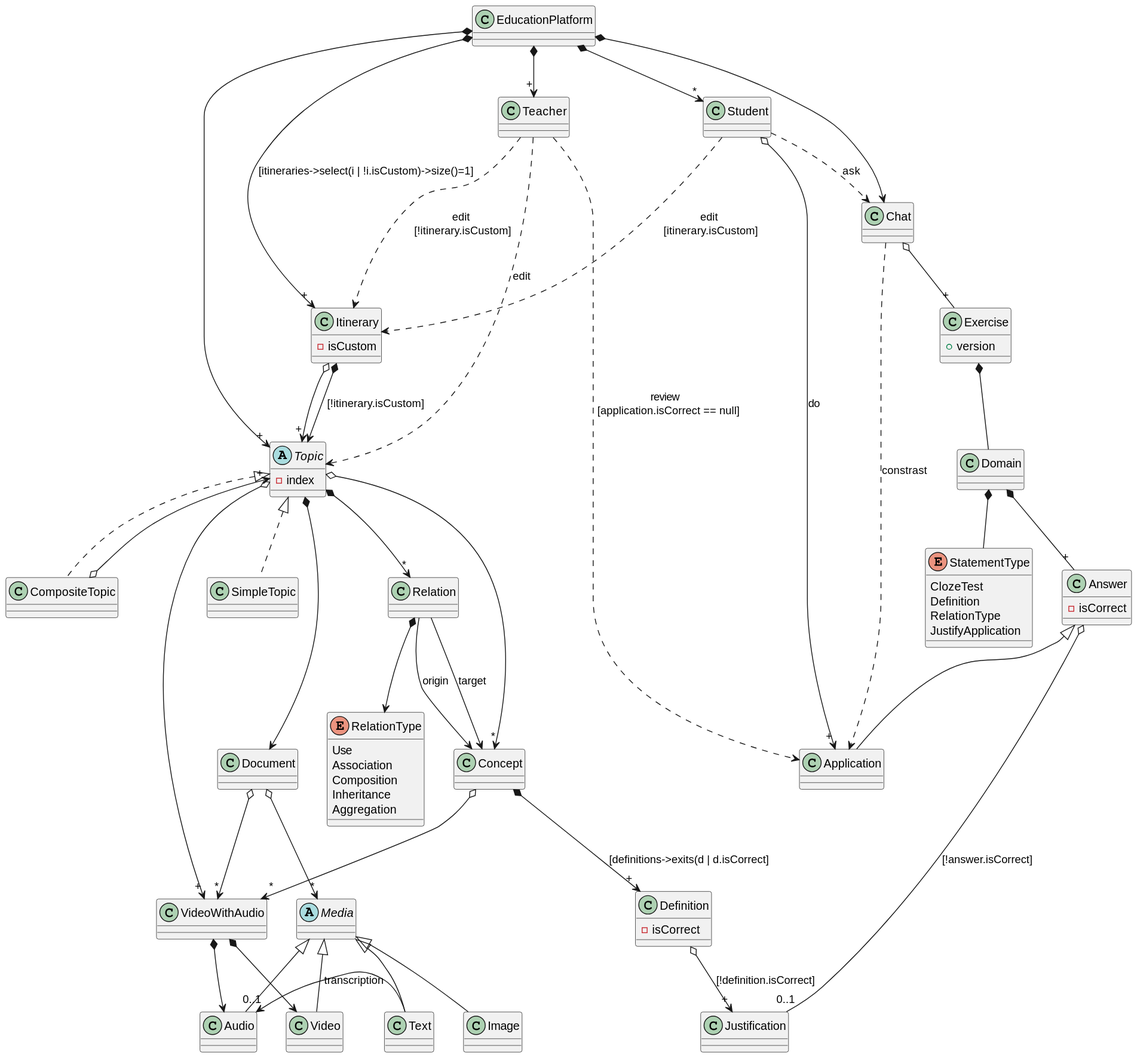
Above: out/Diagrams/EducationPlatform/DomainJuanpisPerspective/DomainJuanpisPerspective.svg in jumpering/lab-turing (PlantUML), before the change.
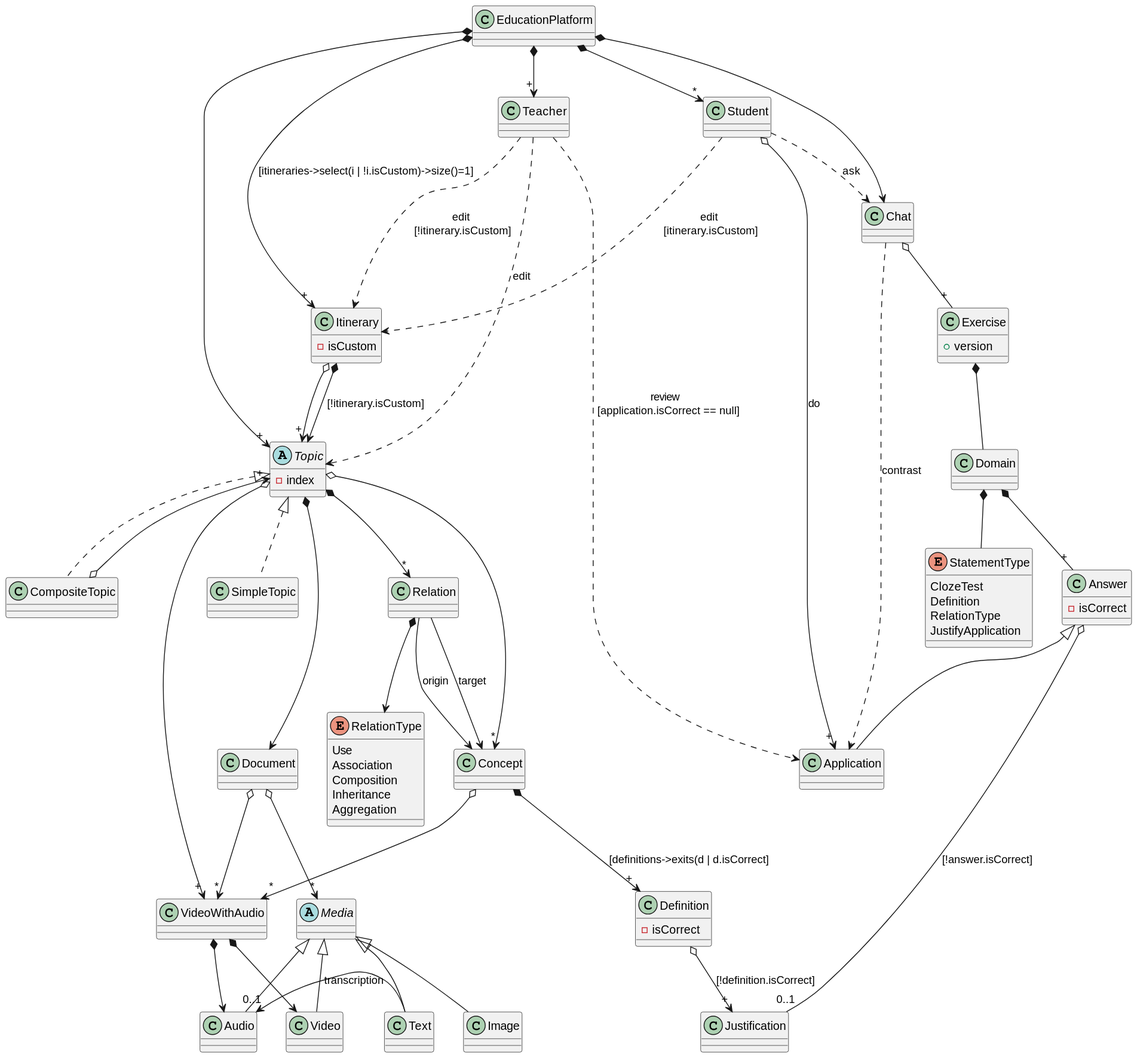
The same file after the commit.

The edit, as a diff of the source:
```diff
@@ -38,7 +38,7 @@
 Teacher ...> Itinerary: edit \n[!itinerary.isCustom]
 
 Chat o-- "+" Exercise
-Chat ..> Application: constrast
+Chat ..> Application: contrast
 
 Student ...> Itinerary: edit \n[itinerary.isCustom]
 Student o--> "+" Application: do
```
